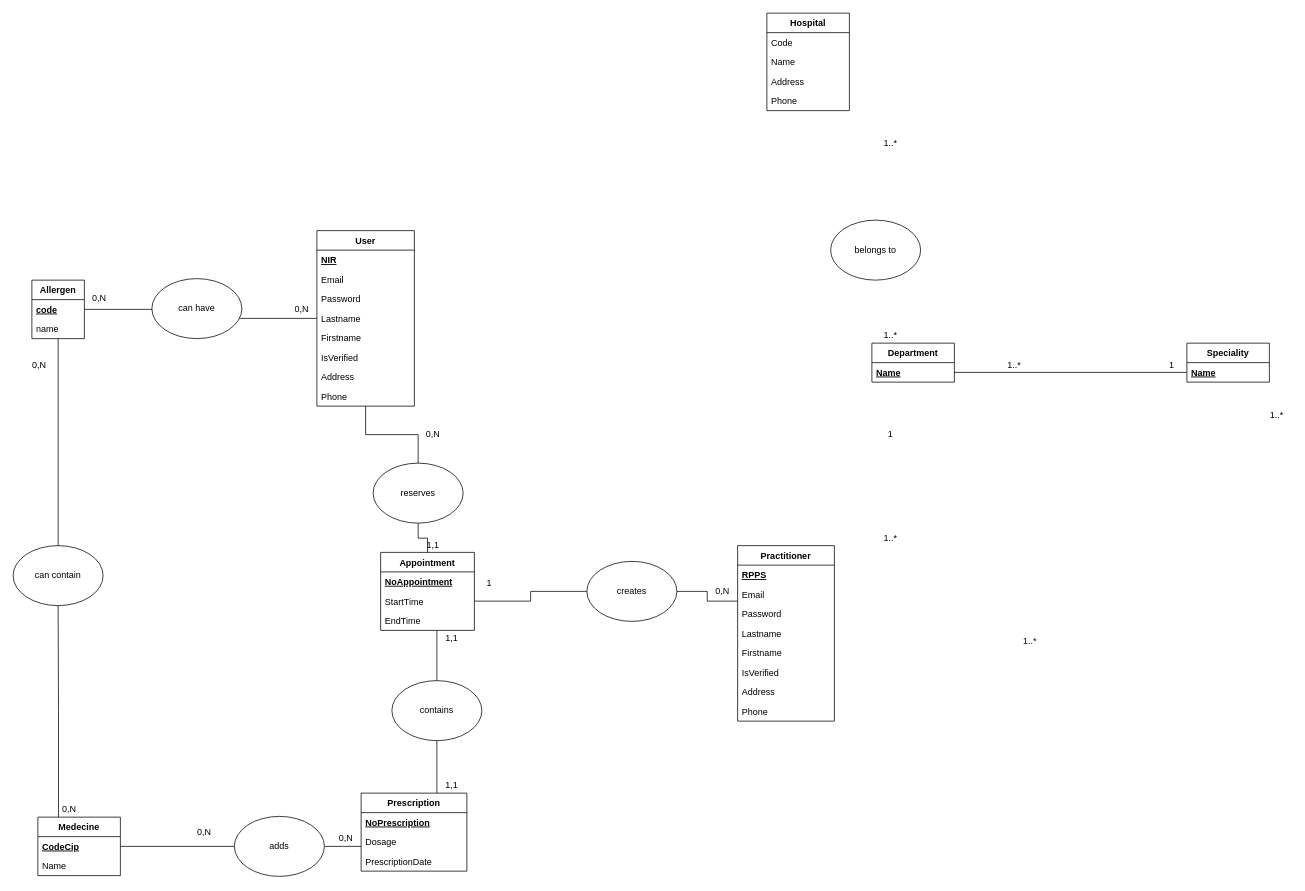
Earlier version of the draw.io diagram page "MCD" (5 of 8) of wecare.drawio (pptech-ds/CDA-JS-WeCare). Source tidied: cells renumbered, new cells numbered last; positions are measured from the earlier drawing's top-left corner, leaving out a move shared by most shapes. Both pictures are drawn from the tidied source at 75%, with x=0, y=0 at pixel (13, 13).
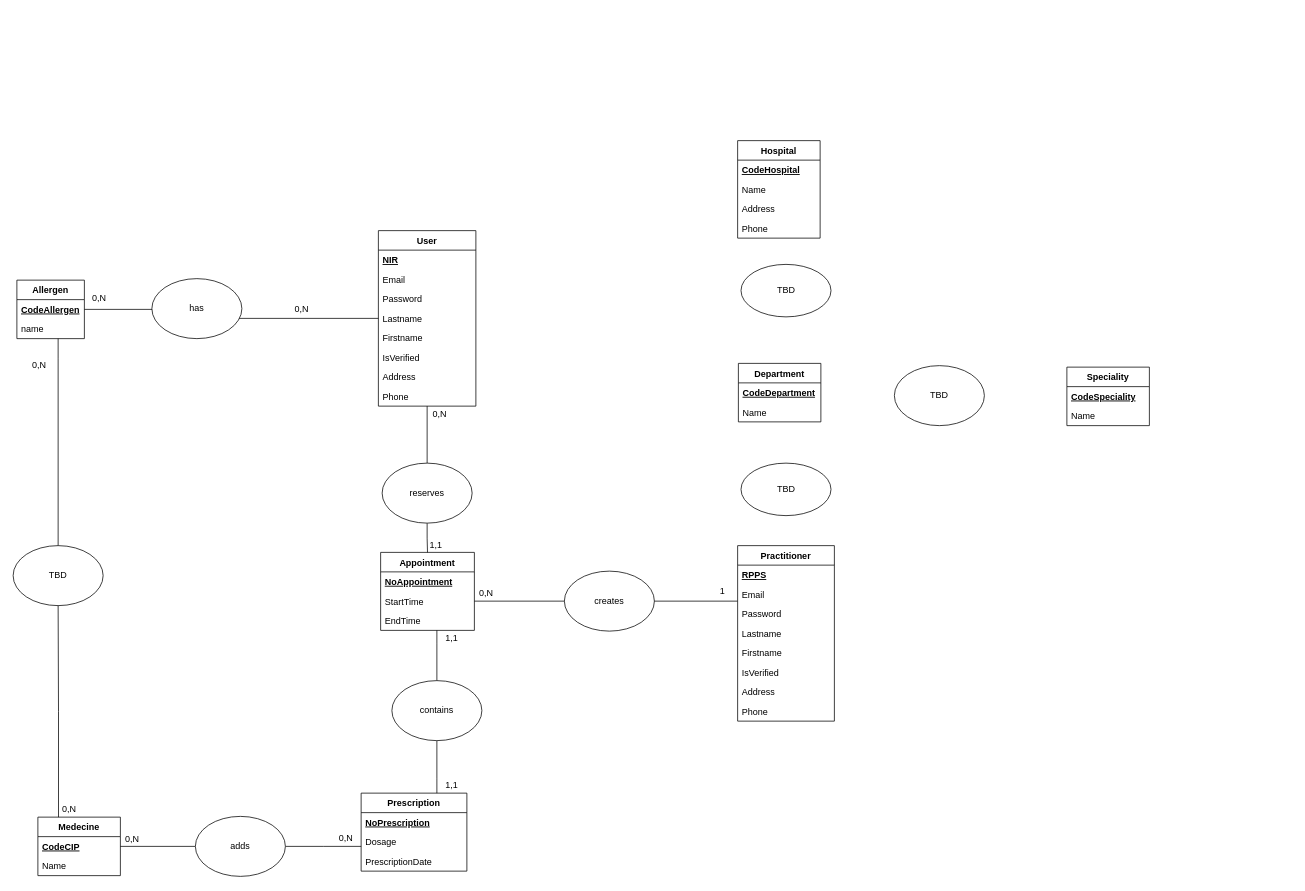
The same diagram, later.

Unchanged cells that the change refers to:
```xml
<mxCell id="30" value="Medecine" style="swimlane;fontStyle=1;align=center;verticalAlign=top;horizontal=1;startSize=26;" parent="1" vertex="1">
  <mxGeometry x="33" y="1072" width="110" height="78" as="geometry" />
</mxCell>
```

What changed in the source:
```diff
@@
     <mxCell id="2" value="User" style="swimlane;fontStyle=1;align=center;verticalAlign=top;horizontal=1;startSize=26;" parent="1" vertex="1">
-      <mxGeometry x="405" y="290" width="130" height="234" as="geometry" />
+      <mxGeometry x="487" y="290" width="130" height="234" as="geometry" />
     </mxCell>
@@
     <mxCell id="11" value="Allergen" style="swimlane;fontStyle=1;align=center;verticalAlign=top;horizontal=1;startSize=26;" parent="1" vertex="1">
-      <mxGeometry x="25" y="356" width="70" height="78" as="geometry" />
+      <mxGeometry x="5" y="356" width="90" height="78" as="geometry" />
     </mxCell>
-    <mxCell id="12" value="code&#10;  " style="text;strokeColor=none;fillColor=none;align=left;verticalAlign=top;spacingLeft=4;spacingRight=4;overflow=hidden;points=[[0,0.5],[1,0.5]];portConstraint=eastwest;fontStyle=5;" parent="11" vertex="1">
-      <mxGeometry y="26" width="70" height="26" as="geometry" />
+    <mxCell id="12" value="CodeAllergen&#10;  " style="text;strokeColor=none;fillColor=none;align=left;verticalAlign=top;spacingLeft=4;spacingRight=4;overflow=hidden;points=[[0,0.5],[1,0.5]];portConstraint=eastwest;fontStyle=5;" parent="11" vertex="1">
+      <mxGeometry y="26" width="90" height="26" as="geometry" />
     </mxCell>
     <mxCell id="13" value="name&#10;  " style="text;strokeColor=none;fillColor=none;align=left;verticalAlign=top;spacingLeft=4;spacingRight=4;overflow=hidden;" parent="11" vertex="1">
-      <mxGeometry y="52" width="70" height="26" as="geometry" />
+      <mxGeometry y="52" width="90" height="26" as="geometry" />
     </mxCell>
     <mxCell id="14" value="Hospital" style="swimlane;fontStyle=1;align=center;verticalAlign=top;horizontal=1;startSize=26;" parent="1" vertex="1">
-      <mxGeometry x="1005" width="110" height="130" as="geometry" />
+      <mxGeometry x="966" y="170" width="110" height="130" as="geometry" />
     </mxCell>
-    <mxCell id="15" value="Code" style="text;strokeColor=none;fillColor=none;align=left;verticalAlign=top;spacingLeft=4;spacingRight=4;overflow=hidden;" parent="14" vertex="1">
+    <mxCell id="15" value="CodeHospital" style="text;strokeColor=none;fillColor=none;align=left;verticalAlign=top;spacingLeft=4;spacingRight=4;overflow=hidden;fontStyle=5;" parent="14" vertex="1">
       <mxGeometry y="26" width="110" height="26" as="geometry" />
     </mxCell>
@@
     <mxCell id="19" value="Department" style="swimlane;fontStyle=1;align=center;verticalAlign=top;horizontal=1;startSize=26;" parent="1" vertex="1">
-      <mxGeometry x="1145" y="440" width="110" height="52" as="geometry" />
+      <mxGeometry x="967" y="467" width="110" height="78" as="geometry" />
     </mxCell>
+    <mxCell id="82" value="CodeDepartment" style="text;strokeColor=none;fillColor=none;align=left;verticalAlign=top;spacingLeft=4;spacingRight=4;overflow=hidden;fontStyle=5;" parent="19" vertex="1">
+      <mxGeometry y="26" width="110" height="26" as="geometry" />
+    </mxCell>
-    <mxCell id="20" value="Name" style="text;strokeColor=none;fillColor=none;align=left;verticalAlign=top;spacingLeft=4;spacingRight=4;overflow=hidden;points=[[0,0.5],[1,0.5]];portConstraint=eastwest;fontStyle=5;" parent="19" vertex="1">
-      <mxGeometry y="26" width="110" height="26" as="geometry" />
+    <mxCell id="20" value="Name" style="text;strokeColor=none;fillColor=none;align=left;verticalAlign=top;spacingLeft=4;spacingRight=4;overflow=hidden;points=[[0,0.5],[1,0.5]];portConstraint=eastwest;fontStyle=0;" parent="19" vertex="1">
+      <mxGeometry y="52" width="110" height="26" as="geometry" />
     </mxCell>
@@
-    <mxCell id="31" value="CodeCip" style="text;strokeColor=none;fillColor=none;align=left;verticalAlign=top;spacingLeft=4;spacingRight=4;overflow=hidden;fontStyle=5;" parent="30" vertex="1">
+    <mxCell id="31" value="CodeCIP" style="text;strokeColor=none;fillColor=none;align=left;verticalAlign=top;spacingLeft=4;spacingRight=4;overflow=hidden;fontStyle=5;" parent="30" vertex="1">
       <mxGeometry y="26" width="110" height="26" as="geometry" />
     </mxCell>
@@
     <mxCell id="33" value="Speciality" style="swimlane;fontStyle=1;align=center;verticalAlign=top;horizontal=1;startSize=26;" parent="1" vertex="1">
-      <mxGeometry x="1565" y="440" width="110" height="52" as="geometry" />
+      <mxGeometry x="1405" y="472" width="110" height="78" as="geometry" />
     </mxCell>
-    <mxCell id="34" value="Name" style="text;strokeColor=none;fillColor=none;align=left;verticalAlign=top;spacingLeft=4;spacingRight=4;overflow=hidden;points=[[0,0.5],[1,0.5]];portConstraint=eastwest;fontStyle=5;" parent="33" vertex="1">
+    <mxCell id="34" value="CodeSpeciality" style="text;strokeColor=none;fillColor=none;align=left;verticalAlign=top;spacingLeft=4;spacingRight=4;overflow=hidden;points=[[0,0.5],[1,0.5]];portConstraint=eastwest;fontStyle=5;" parent="33" vertex="1">
       <mxGeometry y="26" width="110" height="26" as="geometry" />
     </mxCell>
+    <mxCell id="83" value="Name" style="text;strokeColor=none;fillColor=none;align=left;verticalAlign=top;spacingLeft=4;spacingRight=4;overflow=hidden;fontStyle=0;" parent="33" vertex="1">
+      <mxGeometry y="52" width="110" height="26" as="geometry" />
+    </mxCell>
@@
-    <mxCell id="43" style="edgeStyle=orthogonalEdgeStyle;rounded=0;jettySize=auto;html=1;exitX=1;exitY=0.5;exitDx=0;exitDy=0;entryX=0;entryY=0.5;entryDx=0;entryDy=0;startArrow=none;startFill=0;endArrow=none;endFill=0;endSize=10;" parent="1" edge="1" source="20" target="34">
-      <mxGeometry relative="1" as="geometry" />
-    </mxCell>
-    <mxCell id="44" value="1..*" style="text;html=1;strokeColor=none;fillColor=none;align=center;verticalAlign=middle;whiteSpace=wrap;rounded=0;" parent="1" vertex="1">
-      <mxGeometry x="1315" y="460" width="40" height="20" as="geometry" />
-    </mxCell>
-    <mxCell id="45" value="1" style="text;html=1;strokeColor=none;fillColor=none;align=center;verticalAlign=middle;whiteSpace=wrap;rounded=0;" parent="1" vertex="1">
-      <mxGeometry x="1525" y="460" width="40" height="20" as="geometry" />
-    </mxCell>
-    <mxCell id="46" value="1..*" style="text;html=1;strokeColor=none;fillColor=none;align=center;verticalAlign=middle;whiteSpace=wrap;rounded=0;" parent="1" vertex="1">
-      <mxGeometry x="1150" y="164" width="40" height="20" as="geometry" />
-    </mxCell>
-    <mxCell id="47" value="1..*" style="text;html=1;strokeColor=none;fillColor=none;align=center;verticalAlign=middle;whiteSpace=wrap;rounded=0;" parent="1" vertex="1">
-      <mxGeometry x="1150" y="420" width="40" height="20" as="geometry" />
-    </mxCell>
-    <mxCell id="48" value="1..*" style="text;html=1;strokeColor=none;fillColor=none;align=center;verticalAlign=middle;whiteSpace=wrap;rounded=0;" parent="1" vertex="1">
-      <mxGeometry x="1150" y="690" width="40" height="20" as="geometry" />
-    </mxCell>
-    <mxCell id="49" value="1" style="text;html=1;strokeColor=none;fillColor=none;align=center;verticalAlign=middle;whiteSpace=wrap;rounded=0;" parent="1" vertex="1">
-      <mxGeometry x="1150" y="552" width="40" height="20" as="geometry" />
-    </mxCell>
-    <mxCell id="50" value="1..*" style="text;html=1;strokeColor=none;fillColor=none;align=center;verticalAlign=middle;whiteSpace=wrap;rounded=0;" parent="1" vertex="1">
-      <mxGeometry x="1336" y="828" width="40" height="20" as="geometry" />
-    </mxCell>
-    <mxCell id="51" value="1..*" style="text;html=1;strokeColor=none;fillColor=none;align=center;verticalAlign=middle;whiteSpace=wrap;rounded=0;" parent="1" vertex="1">
-      <mxGeometry x="1665" y="526" width="40" height="20" as="geometry" />
-    </mxCell>
-    <mxCell id="52" value="1" style="text;html=1;strokeColor=none;fillColor=none;align=center;verticalAlign=middle;whiteSpace=wrap;rounded=0;" parent="1" vertex="1">
-      <mxGeometry x="615" y="750" width="40" height="20" as="geometry" />
+    <mxCell id="52" value="0,N" style="text;html=1;strokeColor=none;fillColor=none;align=center;verticalAlign=middle;whiteSpace=wrap;rounded=0;" parent="1" vertex="1">
+      <mxGeometry x="611" y="763" width="40" height="20" as="geometry" />
     </mxCell>
-    <mxCell id="53" value="0,N" style="text;html=1;strokeColor=none;fillColor=none;align=center;verticalAlign=middle;whiteSpace=wrap;rounded=0;" parent="1" vertex="1">
+    <mxCell id="53" value="1" style="text;html=1;strokeColor=none;fillColor=none;align=center;verticalAlign=middle;whiteSpace=wrap;rounded=0;" parent="1" vertex="1">
       <mxGeometry x="926" y="761" width="40" height="20" as="geometry" />
     </mxCell>
@@
-    <mxCell id="58" value="can have" style="ellipse;whiteSpace=wrap;html=1;" parent="1" vertex="1">
+    <mxCell id="58" value="has" style="ellipse;whiteSpace=wrap;html=1;" parent="1" vertex="1">
       <mxGeometry x="185" y="354" width="120" height="80" as="geometry" />
     </mxCell>
@@
     <mxCell id="64" value="reserves" style="ellipse;whiteSpace=wrap;html=1;" parent="1" vertex="1">
-      <mxGeometry x="480" y="600" width="120" height="80" as="geometry" />
+      <mxGeometry x="492" y="600" width="120" height="80" as="geometry" />
     </mxCell>
     <mxCell id="65" value="0,N" style="text;html=1;strokeColor=none;fillColor=none;align=center;verticalAlign=middle;whiteSpace=wrap;rounded=0;" parent="1" vertex="1">
-      <mxGeometry x="540" y="552" width="40" height="20" as="geometry" />
+      <mxGeometry x="549" y="525" width="40" height="20" as="geometry" />
     </mxCell>
     <mxCell id="66" value="1,1" style="text;html=1;strokeColor=none;fillColor=none;align=center;verticalAlign=middle;whiteSpace=wrap;rounded=0;" parent="1" vertex="1">
-      <mxGeometry x="540" y="700" width="40" height="20" as="geometry" />
+      <mxGeometry x="544" y="700" width="40" height="20" as="geometry" />
     </mxCell>
@@
     <mxCell id="71" style="edgeStyle=orthogonalEdgeStyle;rounded=0;jettySize=auto;html=1;fontColor=#000000;endArrow=none;endFill=0;" parent="1" edge="1" source="72" target="11">
-      <mxGeometry relative="1" as="geometry" />
+      <mxGeometry relative="1" as="geometry">
+        <Array as="points">
+          <mxPoint x="60" y="460" />
+          <mxPoint x="60" y="460" />
+        </Array>
+      </mxGeometry>
     </mxCell>
-    <mxCell id="72" value="can contain" style="ellipse;whiteSpace=wrap;html=1;" parent="1" vertex="1">
+    <mxCell id="72" value="TBD" style="ellipse;whiteSpace=wrap;html=1;" parent="1" vertex="1">
       <mxGeometry y="710" width="120" height="80" as="geometry" />
     </mxCell>
@@
     <mxCell id="75" value="adds" style="ellipse;whiteSpace=wrap;html=1;" parent="1" vertex="1">
-      <mxGeometry x="295" y="1071" width="120" height="80" as="geometry" />
+      <mxGeometry x="243" y="1071" width="120" height="80" as="geometry" />
     </mxCell>
@@
     <mxCell id="77" value="0,N" style="text;html=1;strokeColor=none;fillColor=none;align=center;verticalAlign=middle;whiteSpace=wrap;rounded=0;" parent="1" vertex="1">
-      <mxGeometry x="235" y="1082" width="40" height="20" as="geometry" />
+      <mxGeometry x="139" y="1091" width="40" height="20" as="geometry" />
     </mxCell>
-    <mxCell id="78" value="belongs to" style="ellipse;whiteSpace=wrap;html=1;" parent="1" vertex="1">
-      <mxGeometry x="1090" y="276" width="120" height="80" as="geometry" />
+    <mxCell id="78" value="TBD" style="ellipse;whiteSpace=wrap;html=1;" parent="1" vertex="1">
+      <mxGeometry x="1175" y="470" width="120" height="80" as="geometry" />
     </mxCell>
@@
     <mxCell id="80" value="creates" style="ellipse;whiteSpace=wrap;html=1;" parent="1" vertex="1">
-      <mxGeometry x="765" y="731" width="120" height="80" as="geometry" />
+      <mxGeometry x="735" y="744" width="120" height="80" as="geometry" />
     </mxCell>
@@
+    <mxCell id="84" value="TBD" style="ellipse;whiteSpace=wrap;html=1;" parent="1" vertex="1">
+      <mxGeometry x="970.5" y="335" width="120" height="70" as="geometry" />
+    </mxCell>
+    <mxCell id="85" value="TBD" style="ellipse;whiteSpace=wrap;html=1;" parent="1" vertex="1">
+      <mxGeometry x="970.5" y="600" width="120" height="70" as="geometry" />
+    </mxCell>
```
